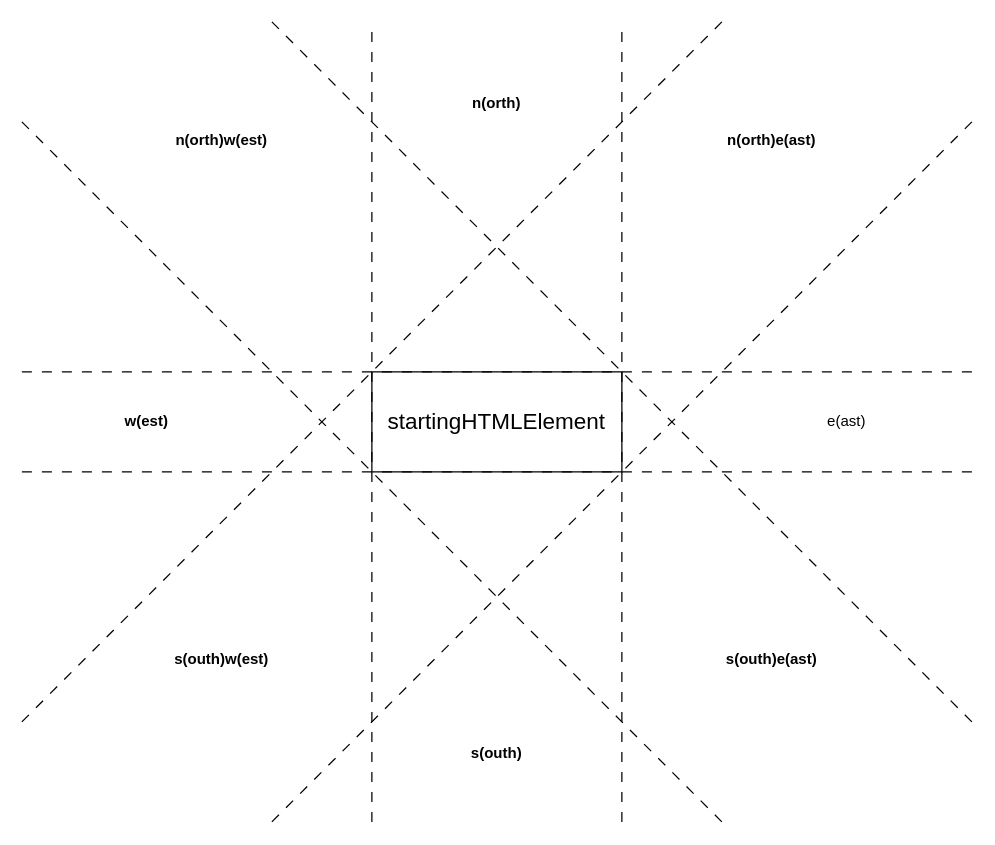
Above: doc/alignment.drawio in SubmergedSnake/subsequelement (draw.io), before the change. Source tidied: cells renumbered, new cells numbered last; positions are measured from the earlier drawing's top-left corner, leaving out a move shared by most shapes. Both pictures are drawn from the tidied source at 125%, with x=0, y=0 at pixel (21, 21).
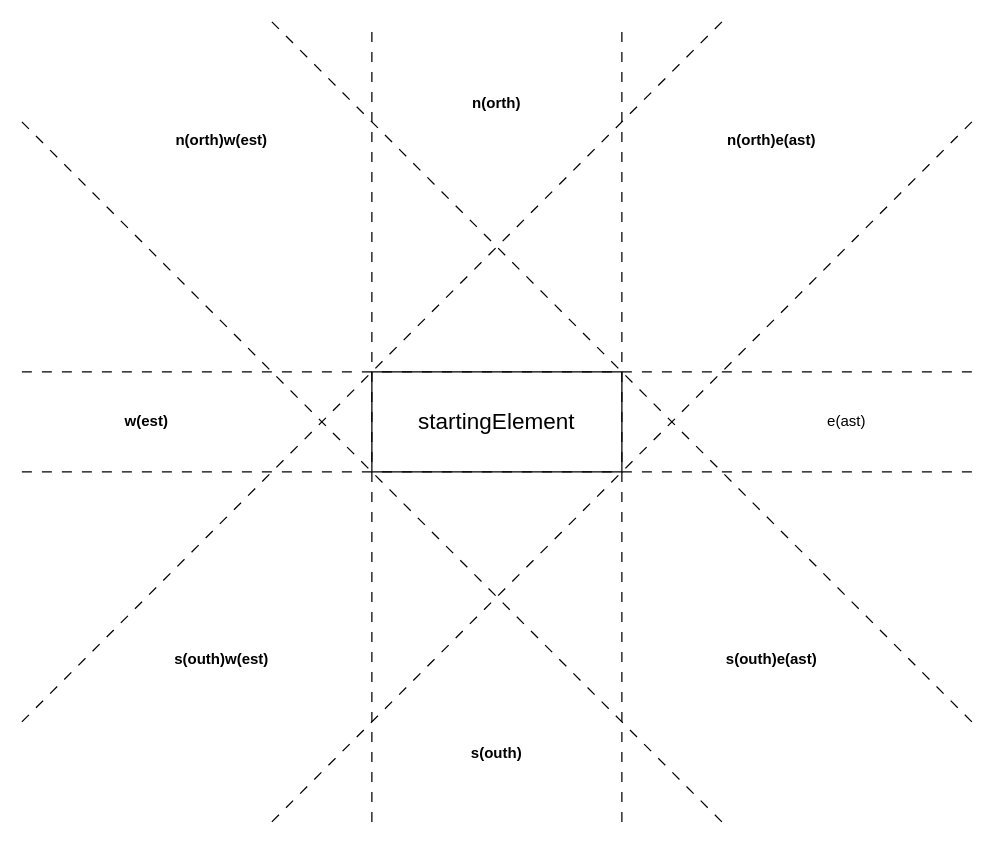
After the change.

Diff of the diagram source:
```diff
@@
-    <mxCell id="2" value="&lt;div&gt;&lt;font style=&quot;font-size: 18px;&quot;&gt;startingHTMLElement&lt;/font&gt;&lt;/div&gt;" style="rounded=0;whiteSpace=wrap;html=1;" parent="1" vertex="1">
+    <mxCell id="2" value="&lt;div&gt;&lt;font style=&quot;font-size: 18px;&quot;&gt;startingElement&lt;/font&gt;&lt;/div&gt;" style="rounded=0;whiteSpace=wrap;html=1;" parent="1" vertex="1">
       <mxGeometry x="280" y="280" width="200" height="80" as="geometry" />
     </mxCell>
```
